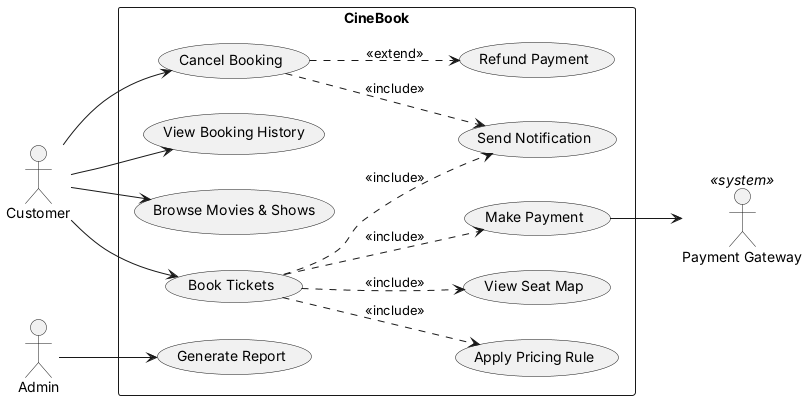
Earlier version of the PlantUML export cinebook/cinebook/docs/uml/png/usecase.png (meerakumar-1/cinebook-ooad).
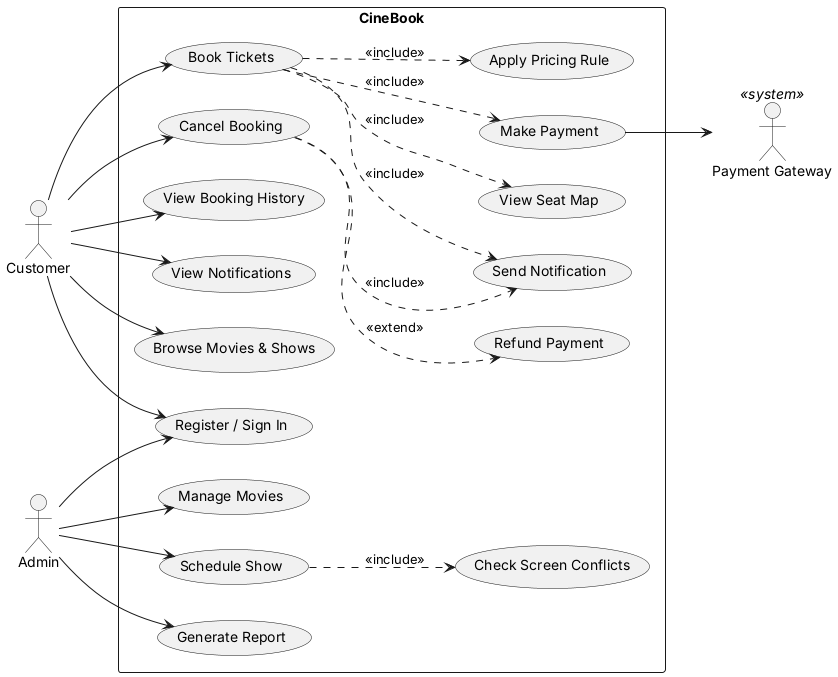
After the commit.

The edit, as a diff of the source:
```diff
@@ -4,6 +4,7 @@
 actor Admin
 actor "Payment Gateway" as PG <<system>>
 rectangle CineBook {
+  usecase "Register / Sign In" as UC0
   usecase "Browse Movies & Shows" as UC1
   usecase "View Seat Map" as UC2
   usecase "Book Tickets" as UC3
@@ -14,17 +15,27 @@
   usecase "View Booking History" as UC8
   usecase "Generate Report" as UC9
   usecase "Send Notification" as UC10
+  usecase "View Notifications" as UC11
+  usecase "Manage Movies" as UC12
+  usecase "Schedule Show" as UC13
+  usecase "Check Screen Conflicts" as UC14
 }
+Customer --> UC0
+Admin --> UC0
 Customer --> UC1
 Customer --> UC3
 Customer --> UC6
 Customer --> UC8
+Customer --> UC11
 Admin --> UC9
+Admin --> UC12
+Admin --> UC13
 UC3 ..> UC2 : <<include>>
 UC3 ..> UC4 : <<include>>
 UC3 ..> UC5 : <<include>>
-UC6 ..> UC7 : <<extend>>
 UC3 ..> UC10 : <<include>>
 UC6 ..> UC10 : <<include>>
+UC6 ..> UC7 : <<extend>>
+UC13 ..> UC14 : <<include>>
 UC4 --> PG
 @enduml
```
